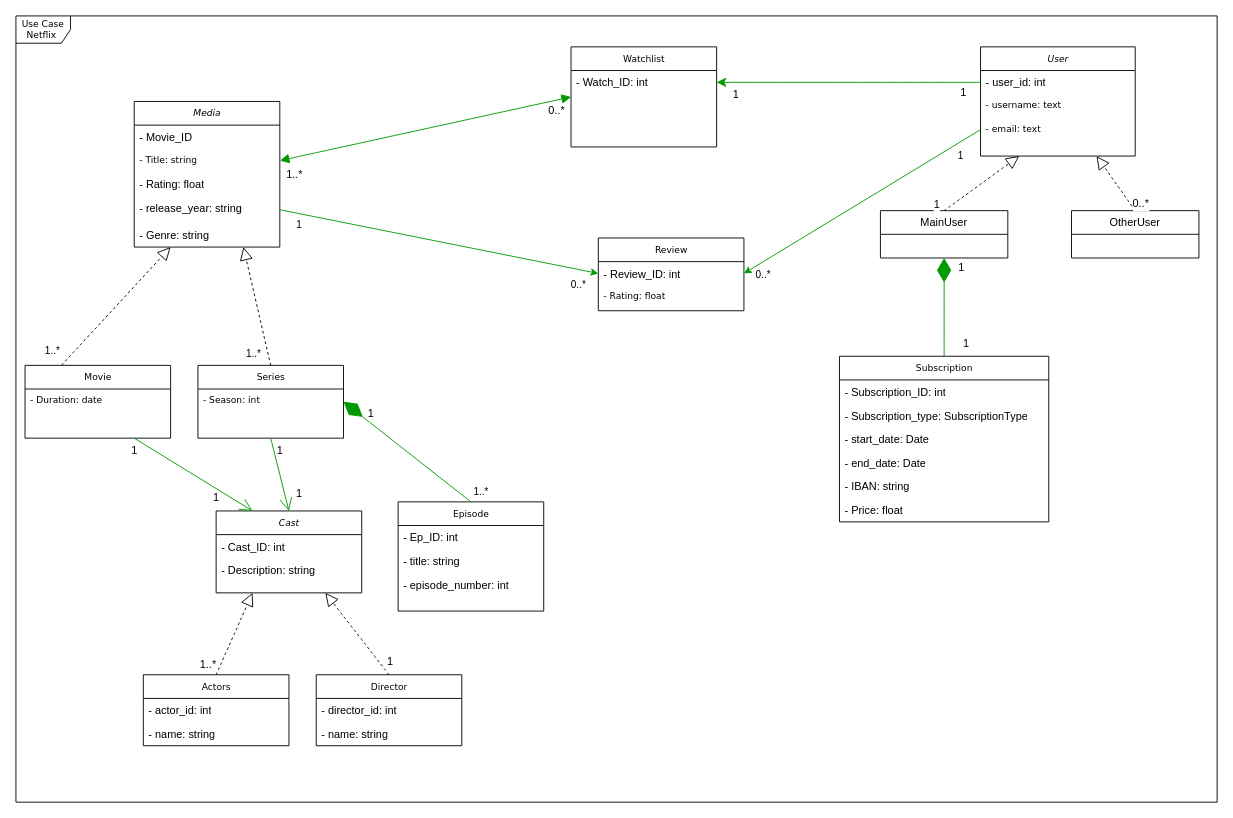
KevinGarrison/DataEngineeringProjects keeps this draw.io diagram as draw_io/uml_data_eng_project_1.drawio. Above is the earlier version. Source tidied: cells renumbered, new cells numbered last; positions are measured from the earlier drawing's top-left corner, leaving out a move shared by most shapes. Both pictures are drawn from the tidied source at 91%, with x=0, y=0 at pixel (15, 15).
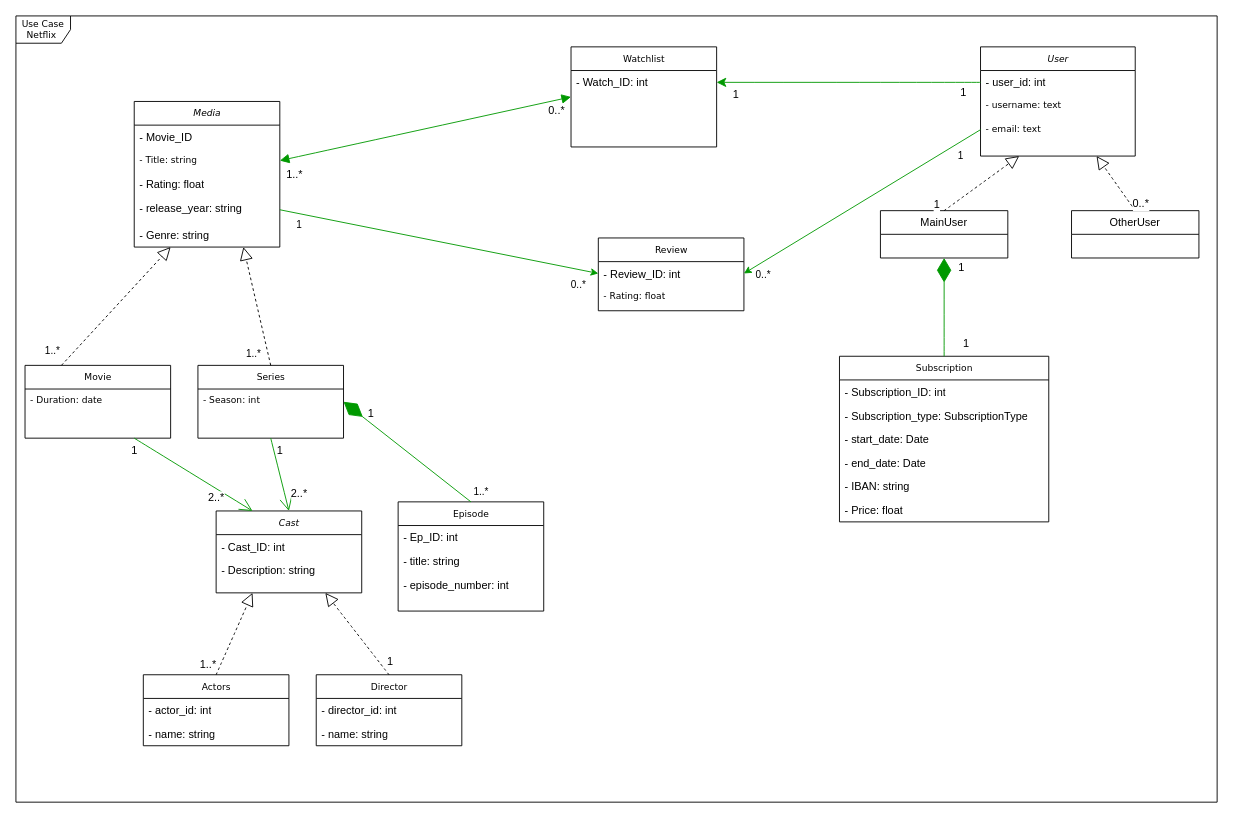
Above is the later version.

Unchanged cells that the change refers to:
```xml
<mxCell id="68" style="endArrow=open;endFill=1;endSize=12;html=1;rounded=0;fontSize=12;curved=1;exitX=0.75;exitY=1;exitDx=0;exitDy=0;entryX=0.25;entryY=0;entryDx=0;entryDy=0;strokeColor=#009900;" parent="1" edge="1" source="3" target="32">
  <mxGeometry relative="1" as="geometry" />
</mxCell>
<mxCell id="71" style="endArrow=open;endFill=1;endSize=12;html=1;rounded=0;fontSize=12;curved=1;entryX=0.5;entryY=0;entryDx=0;entryDy=0;exitX=0.5;exitY=1;exitDx=0;exitDy=0;strokeColor=#009900;" parent="1" edge="1" source="9" target="32">
  <mxGeometry relative="1" as="geometry" />
</mxCell>
```

Change to the diagram source:
```diff
@@
-    <mxCell id="70" value="1" style="edgeLabel;html=1;align=center;verticalAlign=middle;fontSize=12;" parent="68" vertex="1">
+    <mxCell id="70" value="2..*" style="edgeLabel;html=1;align=center;verticalAlign=middle;fontSize=12;" parent="68" vertex="1">
       <mxGeometry x="0.67" y="1" relative="1" as="geometry">
         <mxPoint x="-19" as="offset" />
       </mxGeometry>
     </mxCell>
@@
-    <mxCell id="73" value="1" style="edgeLabel;html=1;align=center;verticalAlign=middle;fontSize=12;" parent="71" vertex="1">
+    <mxCell id="73" value="2..*" style="edgeLabel;html=1;align=center;verticalAlign=middle;fontSize=12;" parent="71" vertex="1">
       <mxGeometry x="0.51" relative="1" as="geometry">
         <mxPoint x="15" as="offset" />
       </mxGeometry>
     </mxCell>
```
